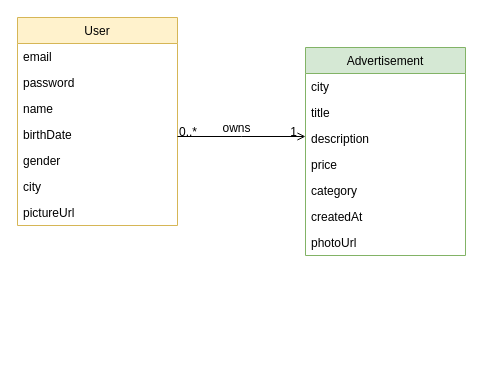
The draw.io diagram Docs/Diagrams/class-diagram.drawio in coluzziandrea/Refurbify, before the edit. Source tidied: cells renumbered, new cells numbered last; positions are measured from the earlier drawing's top-left corner, leaving out a move shared by most shapes. Both pictures are drawn from the tidied source at 100%, with x=0, y=0 at pixel (17, 17).
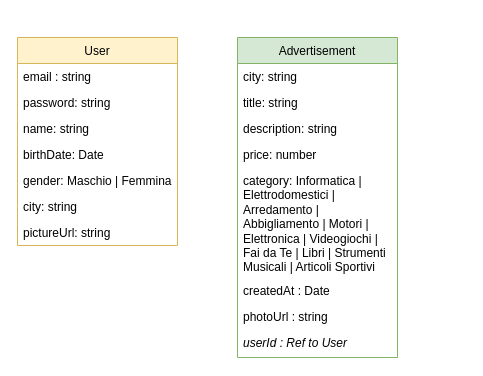
Above is the later version.

Commit message (it also covers changes not shown here):
architecture diagram, modified class diagram

Change to the diagram source:
```diff
@@
     <mxCell id="2" value="User" style="swimlane;fontStyle=0;align=center;verticalAlign=top;horizontal=1;startSize=26;rounded=0;shadow=0;strokeWidth=1;fillColor=#fff2cc;strokeColor=#d6b656;" parent="1" vertex="1">
-      <mxGeometry width="160" height="208" as="geometry" />
+      <mxGeometry y="20" width="160" height="208" as="geometry" />
     </mxCell>
-    <mxCell id="3" value="email" style="text;align=left;verticalAlign=top;spacingLeft=4;spacingRight=4;overflow=hidden;" parent="2" vertex="1">
+    <mxCell id="3" value="email : string" style="text;align=left;verticalAlign=top;spacingLeft=4;spacingRight=4;overflow=hidden;" parent="2" vertex="1">
       <mxGeometry y="26" width="160" height="26" as="geometry" />
     </mxCell>
-    <mxCell id="4" value="password" style="text;align=left;verticalAlign=top;spacingLeft=4;spacingRight=4;overflow=hidden;rounded=0;shadow=0;html=0;" parent="2" vertex="1">
+    <mxCell id="4" value="password: string" style="text;align=left;verticalAlign=top;spacingLeft=4;spacingRight=4;overflow=hidden;rounded=0;shadow=0;html=0;" parent="2" vertex="1">
       <mxGeometry y="52" width="160" height="26" as="geometry" />
     </mxCell>
-    <mxCell id="5" value="name" style="text;align=left;verticalAlign=top;spacingLeft=4;spacingRight=4;overflow=hidden;rounded=0;shadow=0;html=0;" parent="2" vertex="1">
+    <mxCell id="5" value="name: string" style="text;align=left;verticalAlign=top;spacingLeft=4;spacingRight=4;overflow=hidden;rounded=0;shadow=0;html=0;" parent="2" vertex="1">
       <mxGeometry y="78" width="160" height="26" as="geometry" />
     </mxCell>
-    <mxCell id="6" value="birthDate" style="text;align=left;verticalAlign=top;spacingLeft=4;spacingRight=4;overflow=hidden;rounded=0;shadow=0;html=0;" parent="2" vertex="1">
+    <mxCell id="6" value="birthDate: Date" style="text;align=left;verticalAlign=top;spacingLeft=4;spacingRight=4;overflow=hidden;rounded=0;shadow=0;html=0;" parent="2" vertex="1">
       <mxGeometry y="104" width="160" height="26" as="geometry" />
     </mxCell>
-    <mxCell id="7" value="gender" style="text;align=left;verticalAlign=top;spacingLeft=4;spacingRight=4;overflow=hidden;rounded=0;shadow=0;html=0;" parent="2" vertex="1">
+    <mxCell id="7" value="gender: Maschio | Femmina" style="text;align=left;verticalAlign=top;spacingLeft=4;spacingRight=4;overflow=hidden;rounded=0;shadow=0;html=0;" parent="2" vertex="1">
       <mxGeometry y="130" width="160" height="26" as="geometry" />
     </mxCell>
-    <mxCell id="8" value="city" style="text;align=left;verticalAlign=top;spacingLeft=4;spacingRight=4;overflow=hidden;rounded=0;shadow=0;html=0;" parent="2" vertex="1">
+    <mxCell id="8" value="city: string" style="text;align=left;verticalAlign=top;spacingLeft=4;spacingRight=4;overflow=hidden;rounded=0;shadow=0;html=0;" parent="2" vertex="1">
       <mxGeometry y="156" width="160" height="26" as="geometry" />
     </mxCell>
-    <mxCell id="9" value="pictureUrl" style="text;align=left;verticalAlign=top;spacingLeft=4;spacingRight=4;overflow=hidden;rounded=0;shadow=0;html=0;" parent="2" vertex="1">
+    <mxCell id="9" value="pictureUrl: string" style="text;align=left;verticalAlign=top;spacingLeft=4;spacingRight=4;overflow=hidden;rounded=0;shadow=0;html=0;" parent="2" vertex="1">
       <mxGeometry y="182" width="160" height="26" as="geometry" />
     </mxCell>
     <mxCell id="10" value="Advertisement" style="swimlane;fontStyle=0;align=center;verticalAlign=top;horizontal=1;startSize=26;rounded=0;shadow=0;strokeWidth=1;fillColor=#d5e8d4;strokeColor=#82b366;" parent="1" vertex="1">
-      <mxGeometry x="288" y="30" width="160" height="208" as="geometry" />
+      <mxGeometry x="220" y="20" width="160" height="320" as="geometry" />
     </mxCell>
-    <mxCell id="11" value="city" style="text;align=left;verticalAlign=top;spacingLeft=4;spacingRight=4;overflow=hidden;rounded=0;shadow=0;html=0;" parent="10" vertex="1">
+    <mxCell id="11" value="city: string" style="text;align=left;verticalAlign=top;spacingLeft=4;spacingRight=4;overflow=hidden;rounded=0;shadow=0;html=0;" parent="10" vertex="1">
       <mxGeometry y="26" width="160" height="26" as="geometry" />
     </mxCell>
-    <mxCell id="12" value="title" style="text;align=left;verticalAlign=top;spacingLeft=4;spacingRight=4;overflow=hidden;rounded=0;shadow=0;html=0;" parent="10" vertex="1">
+    <mxCell id="12" value="title: string" style="text;align=left;verticalAlign=top;spacingLeft=4;spacingRight=4;overflow=hidden;rounded=0;shadow=0;html=0;" parent="10" vertex="1">
       <mxGeometry y="52" width="160" height="26" as="geometry" />
     </mxCell>
-    <mxCell id="13" value="description" style="text;align=left;verticalAlign=top;spacingLeft=4;spacingRight=4;overflow=hidden;rounded=0;shadow=0;html=0;" parent="10" vertex="1">
+    <mxCell id="13" value="description: string" style="text;align=left;verticalAlign=top;spacingLeft=4;spacingRight=4;overflow=hidden;rounded=0;shadow=0;html=0;" parent="10" vertex="1">
       <mxGeometry y="78" width="160" height="26" as="geometry" />
     </mxCell>
-    <mxCell id="14" value="price" style="text;align=left;verticalAlign=top;spacingLeft=4;spacingRight=4;overflow=hidden;rounded=0;shadow=0;html=0;" parent="10" vertex="1">
+    <mxCell id="14" value="price: number" style="text;align=left;verticalAlign=top;spacingLeft=4;spacingRight=4;overflow=hidden;rounded=0;shadow=0;html=0;" parent="10" vertex="1">
       <mxGeometry y="104" width="160" height="26" as="geometry" />
     </mxCell>
-    <mxCell id="15" value="category" style="text;align=left;verticalAlign=top;spacingLeft=4;spacingRight=4;overflow=hidden;rounded=0;shadow=0;html=0;" parent="10" vertex="1">
-      <mxGeometry y="130" width="160" height="26" as="geometry" />
+    <mxCell id="15" value="category: Informatica | Elettrodomestici | Arredamento | Abbigliamento | Motori | Elettronica | Videogiochi | Fai da Te | Libri | Strumenti Musicali | Articoli Sportivi&#10;" style="text;align=left;verticalAlign=top;spacingLeft=4;spacingRight=4;overflow=hidden;rounded=0;shadow=0;html=0;whiteSpace=wrap;" parent="10" vertex="1">
+      <mxGeometry y="130" width="160" height="110" as="geometry" />
     </mxCell>
-    <mxCell id="16" value="createdAt" style="text;align=left;verticalAlign=top;spacingLeft=4;spacingRight=4;overflow=hidden;rounded=0;shadow=0;html=0;" parent="10" vertex="1">
-      <mxGeometry y="156" width="160" height="26" as="geometry" />
+    <mxCell id="16" value="createdAt : Date" style="text;align=left;verticalAlign=top;spacingLeft=4;spacingRight=4;overflow=hidden;rounded=0;shadow=0;html=0;" parent="10" vertex="1">
+      <mxGeometry y="240" width="160" height="26" as="geometry" />
     </mxCell>
-    <mxCell id="17" value="photoUrl&#10;" style="text;align=left;verticalAlign=top;spacingLeft=4;spacingRight=4;overflow=hidden;rounded=0;shadow=0;html=0;" parent="10" vertex="1">
-      <mxGeometry y="182" width="160" height="26" as="geometry" />
+    <mxCell id="17" value="photoUrl : string&#10;" style="text;align=left;verticalAlign=top;spacingLeft=4;spacingRight=4;overflow=hidden;rounded=0;shadow=0;html=0;" parent="10" vertex="1">
+      <mxGeometry y="266" width="160" height="26" as="geometry" />
     </mxCell>
-    <mxCell id="18" style="endArrow=open;shadow=0;strokeWidth=1;rounded=0;endFill=1;edgeStyle=elbowEdgeStyle;elbow=vertical;" parent="1" edge="1" source="2" target="10">
-      <mxGeometry x="0.5" y="41" relative="1" as="geometry">
-        <mxPoint x="-40" y="32" as="offset" />
-      </mxGeometry>
-    </mxCell>
-    <mxCell id="19" value="0..*" style="align=left;verticalAlign=bottom;labelBackgroundColor=none;fontSize=12;" parent="18" vertex="1">
-      <mxGeometry x="-1" relative="1" as="geometry">
-        <mxPoint y="4" as="offset" />
-      </mxGeometry>
-    </mxCell>
-    <mxCell id="20" value="1" style="align=right;verticalAlign=bottom;labelBackgroundColor=none;fontSize=12;" parent="18" vertex="1">
-      <mxGeometry x="1" relative="1" as="geometry">
-        <mxPoint x="-7" y="4" as="offset" />
-      </mxGeometry>
-    </mxCell>
-    <mxCell id="21" value="owns" style="text;html=1;align=center;verticalAlign=middle;labelBackgroundColor=none;rounded=0;shadow=0;strokeWidth=1;fontSize=12;" parent="18" vertex="1">
-      <mxGeometry x="0.5" y="49" relative="1" as="geometry">
-        <mxPoint x="-38" y="40" as="offset" />
-      </mxGeometry>
-    </mxCell>
+    <mxCell id="22" value="userId : Ref to User" style="text;align=left;verticalAlign=top;spacingLeft=4;spacingRight=4;overflow=hidden;rounded=0;shadow=0;html=0;fontStyle=2;" parent="10" vertex="1">
+      <mxGeometry y="292" width="160" height="26" as="geometry" />
+    </mxCell>
```
